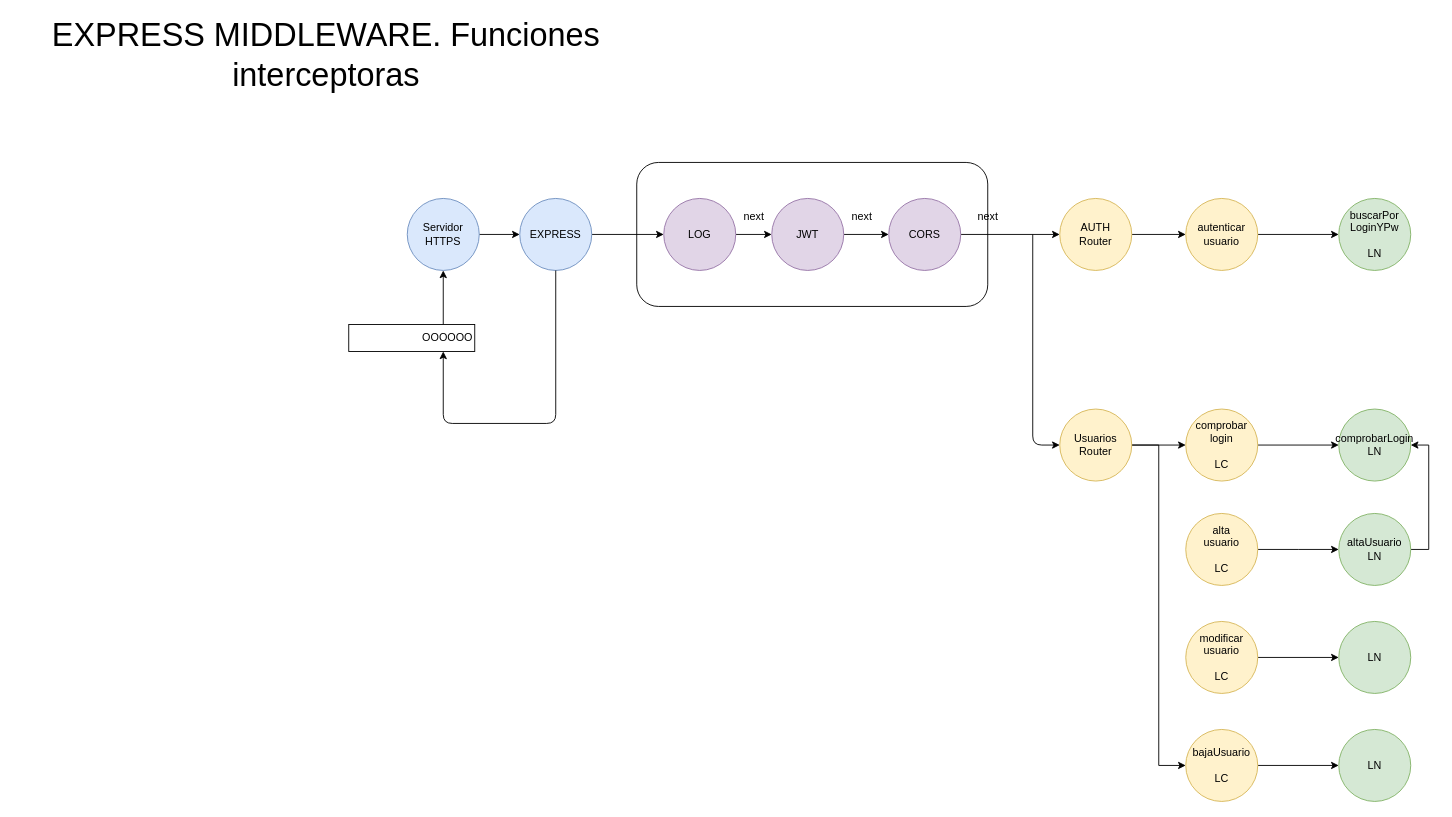
The draw.io diagram page "49-Express middleware" (49 of 53) of Dibujillos.drawio in lrag/MEAN_2021, before the edit. Source tidied: cells renumbered, new cells numbered last; positions are measured from the earlier drawing's top-left corner, leaving out a move shared by most shapes. Both pictures are drawn from the tidied source at 90%, with x=0, y=0 at pixel (15, 45).
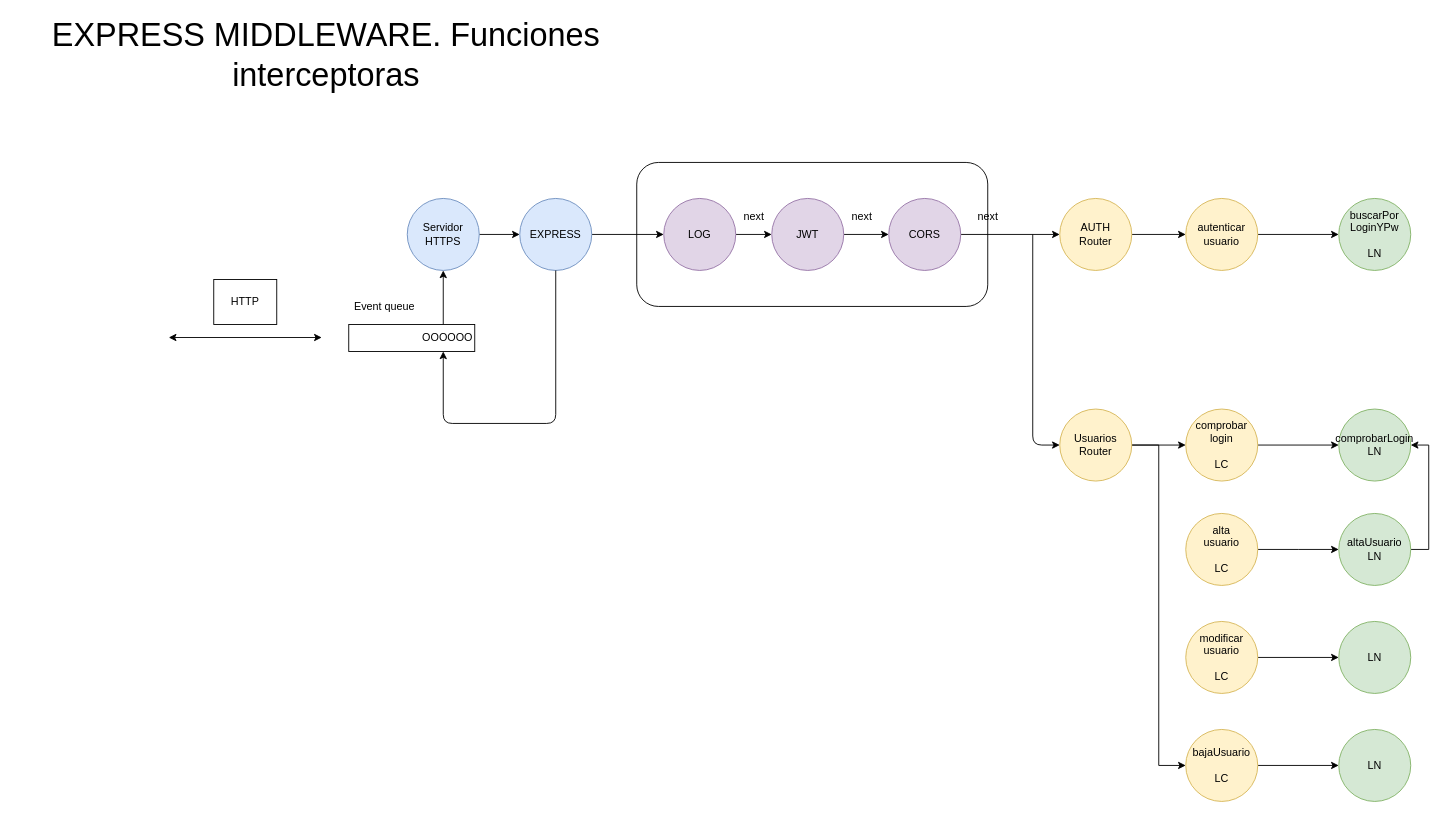
The same diagram, later.

The edit, as a diff of the source:
```diff
@@
+    <mxCell id="42" style="endArrow=classic;startArrow=classic;html=1;" parent="1" edge="1">
+      <mxGeometry relative="1" as="geometry">
+        <mxPoint x="170" y="324.5" as="sourcePoint" />
+        <mxPoint x="340" y="324.5" as="targetPoint" />
+      </mxGeometry>
+    </mxCell>
+    <mxCell id="43" value="HTTP" style="rounded=0;whiteSpace=wrap;html=1;" parent="1" vertex="1">
+      <mxGeometry x="220" y="260" width="70" height="50" as="geometry" />
+    </mxCell>
+    <mxCell id="44" value="Event queue" style="text;html=1;strokeColor=none;fillColor=none;align=center;verticalAlign=middle;whiteSpace=wrap;rounded=0;" parent="1" vertex="1">
+      <mxGeometry x="370" y="280" width="80" height="20" as="geometry" />
+    </mxCell>
```
